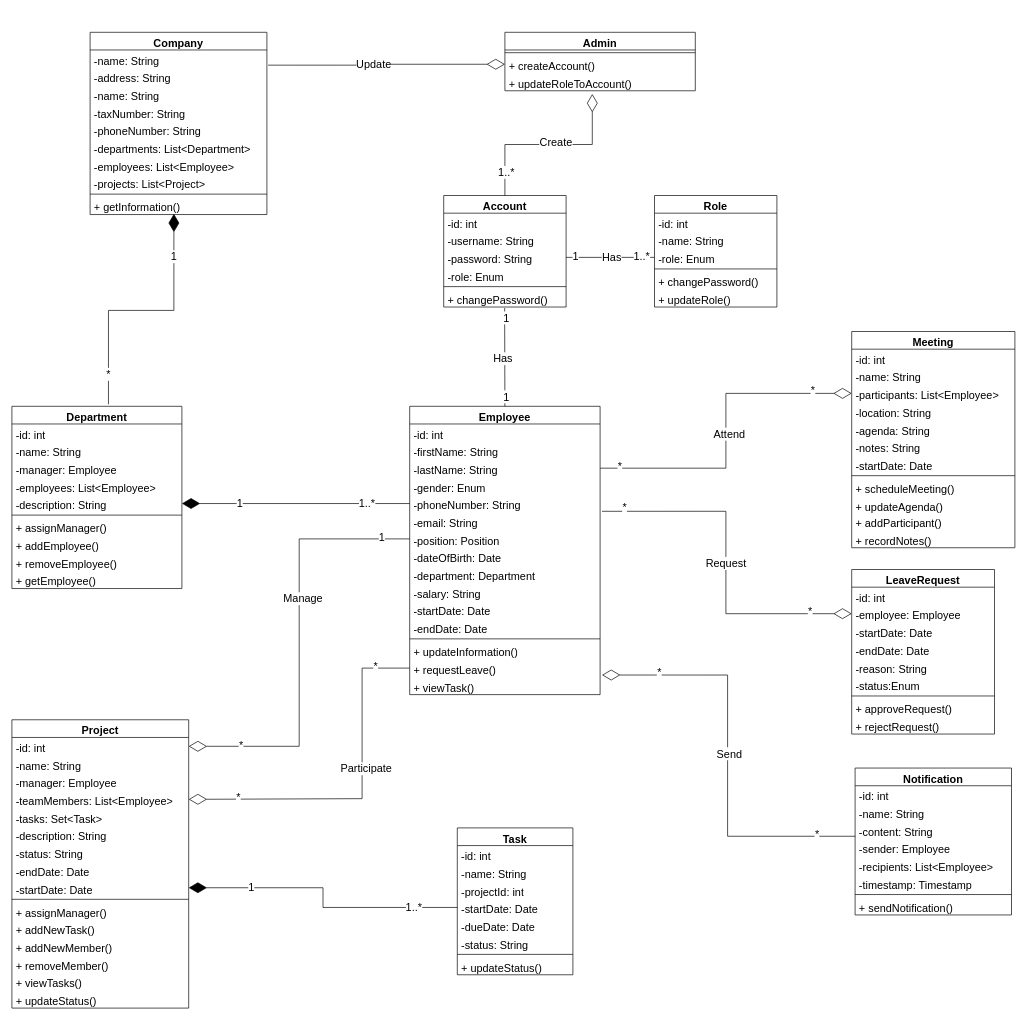
Earlier version of the draw.io diagram Company-management.drawio (Jason1420/company_management). Source tidied: cells renumbered, new cells numbered last; positions are measured from the earlier drawing's top-left corner, leaving out a move shared by most shapes. Both pictures are drawn from the tidied source at 68%, with x=0, y=0 at pixel (12, 32).
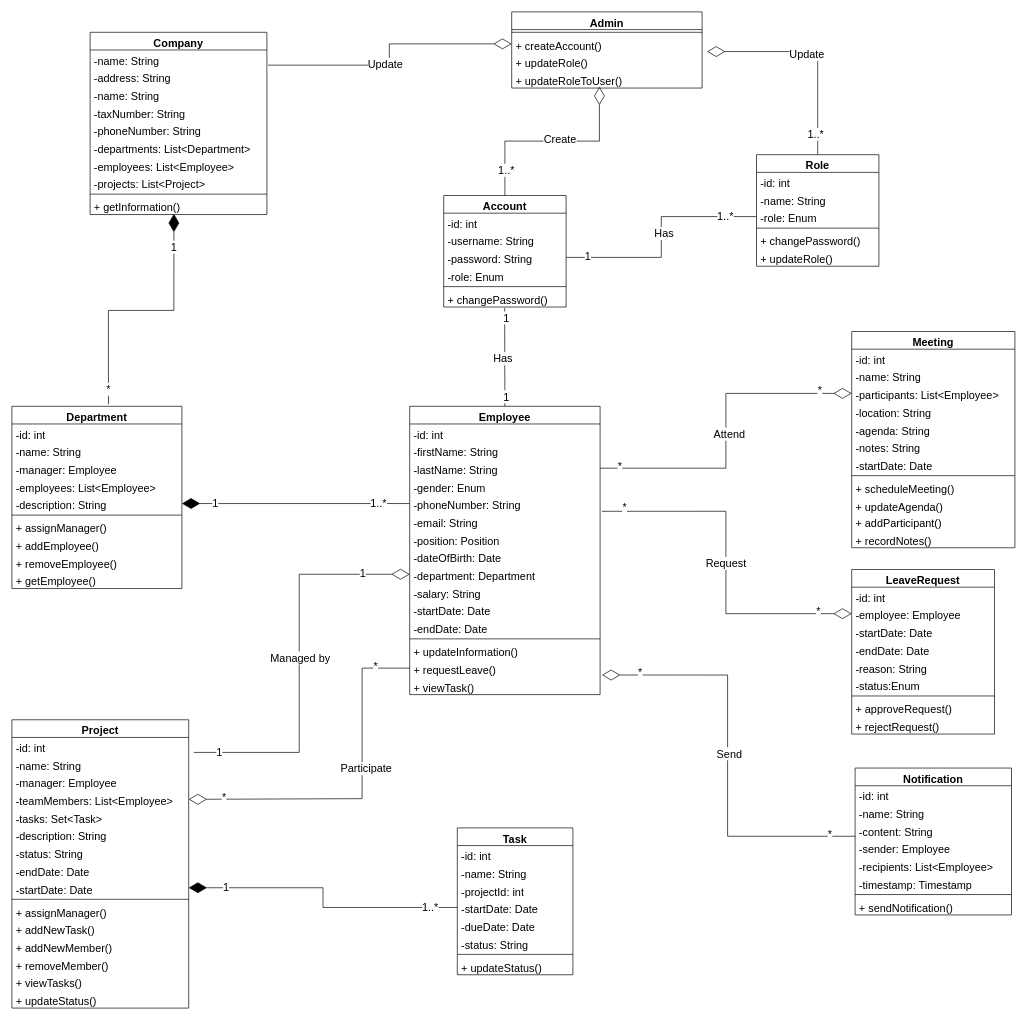
Above is the later version.

The change refers to these unchanged cells:
```xml
<mxCell id="13" value="Account" style="swimlane;fontStyle=1;align=center;verticalAlign=top;horizontal=1;startSize=26;whiteSpace=wrap;html=1;fontSize=16;" parent="1" vertex="1">
  <mxGeometry x="635" y="240" width="180" height="164" as="geometry" />
</mxCell>
<mxCell id="16" value="-password: String" style="text;strokeColor=none;fillColor=none;align=left;verticalAlign=top;spacingLeft=4;spacingRight=4;overflow=hidden;points=[[0,0.5],[1,0.5]];portConstraint=eastwest;whiteSpace=wrap;html=1;fontSize=16;" parent="13" vertex="1">
  <mxGeometry y="78" width="180" height="26" as="geometry" />
</mxCell>
<mxCell id="27" value="-position: Position" style="text;strokeColor=none;fillColor=none;align=left;verticalAlign=top;spacingLeft=4;spacingRight=4;overflow=hidden;points=[[0,0.5],[1,0.5]];portConstraint=eastwest;whiteSpace=wrap;html=1;fontSize=16;" parent="20" vertex="1">
  <mxGeometry y="182" width="280" height="26" as="geometry" />
</mxCell>
<mxCell id="29" value="-department: Department" style="text;strokeColor=none;fillColor=none;align=left;verticalAlign=top;spacingLeft=4;spacingRight=4;overflow=hidden;points=[[0,0.5],[1,0.5]];portConstraint=eastwest;whiteSpace=wrap;html=1;fontSize=16;" parent="20" vertex="1">
  <mxGeometry y="234" width="280" height="26" as="geometry" />
</mxCell>
<mxCell id="49" value="-id: int" style="text;strokeColor=none;fillColor=none;align=left;verticalAlign=top;spacingLeft=4;spacingRight=4;overflow=hidden;points=[[0,0.5],[1,0.5]];portConstraint=eastwest;whiteSpace=wrap;html=1;fontSize=16;" parent="48" vertex="1">
  <mxGeometry y="26" width="260" height="26" as="geometry" />
</mxCell>
<mxCell id="50" value="-name: String" style="text;strokeColor=none;fillColor=none;align=left;verticalAlign=top;spacingLeft=4;spacingRight=4;overflow=hidden;points=[[0,0.5],[1,0.5]];portConstraint=eastwest;whiteSpace=wrap;html=1;fontSize=16;" parent="48" vertex="1">
  <mxGeometry y="52" width="260" height="26" as="geometry" />
</mxCell>
<mxCell id="120" value="-role: Enum" style="text;strokeColor=none;fillColor=none;align=left;verticalAlign=top;spacingLeft=4;spacingRight=4;overflow=hidden;points=[[0,0.5],[1,0.5]];portConstraint=eastwest;whiteSpace=wrap;html=1;fontSize=16;" parent="117" vertex="1">
  <mxGeometry y="78" width="180" height="26" as="geometry" />
</mxCell>
<mxCell id="128" style="endArrow=diamondThin;endFill=1;endSize=24;html=1;rounded=0;fontSize=12;entryX=0.474;entryY=0.962;entryDx=0;entryDy=0;entryPerimeter=0;exitX=0.568;exitY=-0.011;exitDx=0;exitDy=0;exitPerimeter=0;edgeStyle=orthogonalEdgeStyle;" parent="1" edge="1" source="37" target="12">
  <mxGeometry relative="1" as="geometry" />
</mxCell>
<mxCell id="131" style="endArrow=diamondThin;endFill=1;endSize=24;html=1;rounded=0;fontSize=12;entryX=1;entryY=0.5;entryDx=0;entryDy=0;exitX=0;exitY=0.5;exitDx=0;exitDy=0;edgeStyle=orthogonalEdgeStyle;" parent="1" edge="1" source="25" target="42">
  <mxGeometry relative="1" as="geometry" />
</mxCell>
<mxCell id="136" style="endArrow=diamondThin;endFill=0;endSize=24;html=1;rounded=0;fontSize=12;exitX=1;exitY=0.5;exitDx=0;exitDy=0;entryX=0;entryY=0.5;entryDx=0;entryDy=0;edgeStyle=orthogonalEdgeStyle;" parent="1" edge="1" source="23" target="77">
  <mxGeometry relative="1" as="geometry" />
</mxCell>
<mxCell id="140" style="endArrow=diamondThin;endFill=0;endSize=24;html=1;rounded=0;fontSize=12;exitX=1.01;exitY=-0.061;exitDx=0;exitDy=0;entryX=0;entryY=0.5;entryDx=0;entryDy=0;edgeStyle=orthogonalEdgeStyle;exitPerimeter=0;" parent="1" edge="1" source="26" target="98">
  <mxGeometry relative="1" as="geometry" />
</mxCell>
<mxCell id="148" style="endArrow=diamondThin;endFill=0;endSize=24;html=1;rounded=0;fontSize=12;exitX=0;exitY=0.5;exitDx=0;exitDy=0;entryX=1;entryY=0.5;entryDx=0;entryDy=0;edgeStyle=orthogonalEdgeStyle;" parent="1" edge="1" source="35" target="52">
  <mxGeometry relative="1" as="geometry">
    <Array as="points">
      <mxPoint x="515" y="935" />
      <mxPoint x="515" y="1127" />
    </Array>
  </mxGeometry>
</mxCell>
<mxCell id="152" style="endArrow=diamondThin;endFill=1;endSize=24;html=1;rounded=0;fontSize=12;entryX=1;entryY=0.5;entryDx=0;entryDy=0;exitX=0;exitY=0.5;exitDx=0;exitDy=0;edgeStyle=orthogonalEdgeStyle;" parent="1" edge="1" source="69" target="57">
  <mxGeometry relative="1" as="geometry" />
</mxCell>
<mxCell id="155" style="endArrow=diamondThin;endFill=0;endSize=24;html=1;rounded=0;fontSize=12;exitX=0.001;exitY=-0.143;exitDx=0;exitDy=0;entryX=1.01;entryY=-0.108;entryDx=0;entryDy=0;edgeStyle=orthogonalEdgeStyle;entryPerimeter=0;exitPerimeter=0;" parent="1" edge="1" source="91" target="36">
  <mxGeometry relative="1" as="geometry" />
</mxCell>
```

Diff of the diagram source:
```diff
@@
     <mxCell id="106" value="Admin" style="swimlane;fontStyle=1;align=center;verticalAlign=top;horizontal=1;startSize=26;whiteSpace=wrap;html=1;fontSize=16;" parent="1" vertex="1">
-      <mxGeometry x="725" width="280" height="86" as="geometry" />
+      <mxGeometry x="735" y="-30" width="280" height="112" as="geometry" />
     </mxCell>
@@
-    <mxCell id="109" value="+ updateRoleToAccount()" style="text;strokeColor=none;fillColor=none;align=left;verticalAlign=top;spacingLeft=4;spacingRight=4;overflow=hidden;points=[[0,0.5],[1,0.5]];portConstraint=eastwest;whiteSpace=wrap;html=1;fontSize=16;" parent="106" vertex="1">
+    <mxCell id="109" value="+ updateRole()" style="text;strokeColor=none;fillColor=none;align=left;verticalAlign=top;spacingLeft=4;spacingRight=4;overflow=hidden;points=[[0,0.5],[1,0.5]];portConstraint=eastwest;whiteSpace=wrap;html=1;fontSize=16;" parent="106" vertex="1">
       <mxGeometry y="60" width="280" height="26" as="geometry" />
     </mxCell>
+    <mxCell id="159" value="+ updateRoleToUser()" style="text;strokeColor=none;fillColor=none;align=left;verticalAlign=top;spacingLeft=4;spacingRight=4;overflow=hidden;whiteSpace=wrap;html=1;fontSize=16;" parent="106" vertex="1">
+      <mxGeometry y="86" width="280" height="26" as="geometry" />
+    </mxCell>
-    <mxCell id="110" style="endArrow=diamondThin;endFill=0;endSize=24;html=1;rounded=0;fontSize=12;exitX=0.5;exitY=0;exitDx=0;exitDy=0;entryX=0.459;entryY=1.183;entryDx=0;entryDy=0;entryPerimeter=0;edgeStyle=elbowEdgeStyle;elbow=vertical;" parent="1" edge="1" source="13" target="109">
-      <mxGeometry relative="1" as="geometry" />
+    <mxCell id="110" style="endArrow=diamondThin;endFill=0;endSize=24;html=1;rounded=0;fontSize=12;exitX=0.5;exitY=0;exitDx=0;exitDy=0;edgeStyle=elbowEdgeStyle;elbow=vertical;" parent="1" edge="1" source="13">
+      <mxGeometry relative="1" as="geometry">
+        <mxPoint x="864" y="80" as="targetPoint" />
+      </mxGeometry>
     </mxCell>
@@
     <mxCell id="117" value="Role" style="swimlane;fontStyle=1;align=center;verticalAlign=top;horizontal=1;startSize=26;whiteSpace=wrap;html=1;fontSize=16;" parent="1" vertex="1">
-      <mxGeometry x="945" y="240" width="180" height="164" as="geometry" />
+      <mxGeometry x="1095" y="180" width="180" height="164" as="geometry" />
     </mxCell>
@@
-    <mxCell id="124" style="endArrow=none;html=1;rounded=0;fontSize=12;startSize=8;endSize=8;exitX=0;exitY=0.5;exitDx=0;exitDy=0;entryX=1;entryY=0.5;entryDx=0;entryDy=0;" parent="1" edge="1" source="120" target="16">
+    <mxCell id="124" style="endArrow=none;html=1;rounded=0;fontSize=12;startSize=8;endSize=8;exitX=0;exitY=0.5;exitDx=0;exitDy=0;entryX=1;entryY=0.5;entryDx=0;entryDy=0;edgeStyle=elbowEdgeStyle;" parent="1" edge="1" source="120" target="16">
       <mxGeometry relative="1" as="geometry" />
     </mxCell>
@@
     <mxCell id="129" value="*" style="edgeLabel;html=1;align=center;verticalAlign=middle;fontSize=16;" parent="128" vertex="1">
       <mxGeometry x="-0.75" y="1" relative="1" as="geometry">
-        <mxPoint y="2" as="offset" />
+        <mxPoint y="24" as="offset" />
       </mxGeometry>
     </mxCell>
     <mxCell id="130" value="1" style="edgeLabel;html=1;align=center;verticalAlign=middle;fontSize=16;" parent="128" vertex="1">
-      <mxGeometry x="0.67" y="1" relative="1" as="geometry" />
+      <mxGeometry x="0.67" y="1" relative="1" as="geometry">
+        <mxPoint y="-14" as="offset" />
+      </mxGeometry>
     </mxCell>
@@
     <mxCell id="132" value="1..*" style="edgeLabel;html=1;align=center;verticalAlign=middle;fontSize=16;" parent="131" vertex="1">
       <mxGeometry x="-0.62" relative="1" as="geometry">
-        <mxPoint y="-2" as="offset" />
+        <mxPoint x="17" y="-2" as="offset" />
       </mxGeometry>
     </mxCell>
     <mxCell id="133" value="1" style="edgeLabel;html=1;align=center;verticalAlign=middle;fontSize=16;" parent="131" vertex="1">
       <mxGeometry x="0.5" y="1" relative="1" as="geometry">
-        <mxPoint y="-3" as="offset" />
+        <mxPoint x="-36" y="-3" as="offset" />
       </mxGeometry>
     </mxCell>
@@
     <mxCell id="139" value="*" style="edgeLabel;html=1;align=center;verticalAlign=middle;fontSize=16;" parent="136" vertex="1">
       <mxGeometry x="0.76" relative="1" as="geometry">
-        <mxPoint y="-5" as="offset" />
+        <mxPoint x="10" y="-5" as="offset" />
       </mxGeometry>
     </mxCell>
@@
     <mxCell id="143" value="*" style="edgeLabel;html=1;align=center;verticalAlign=middle;fontSize=16;" parent="140" vertex="1">
       <mxGeometry x="0.76" relative="1" as="geometry">
-        <mxPoint y="-4" as="offset" />
+        <mxPoint x="12" y="-4" as="offset" />
       </mxGeometry>
     </mxCell>
-    <mxCell id="144" style="endArrow=diamondThin;endFill=0;endSize=24;html=1;rounded=0;fontSize=12;exitX=0;exitY=0.5;exitDx=0;exitDy=0;entryX=1;entryY=0.5;entryDx=0;entryDy=0;edgeStyle=orthogonalEdgeStyle;" parent="1" edge="1" source="27" target="49">
+    <mxCell id="144" style="endArrow=diamondThin;endFill=0;endSize=24;html=1;rounded=0;fontSize=12;exitX=1.029;exitY=-0.154;exitDx=0;exitDy=0;entryX=0;entryY=0.5;entryDx=0;entryDy=0;edgeStyle=orthogonalEdgeStyle;exitPerimeter=0;" parent="1" edge="1" source="50" target="29">
       <mxGeometry relative="1" as="geometry" />
     </mxCell>
-    <mxCell id="145" value="Manage" style="edgeLabel;html=1;align=center;verticalAlign=middle;fontSize=16;" parent="144" vertex="1">
+    <mxCell id="145" value="Managed by" style="edgeLabel;html=1;align=center;verticalAlign=middle;fontSize=16;" parent="144" vertex="1">
       <mxGeometry x="-0.42" y="2" relative="1" as="geometry">
-        <mxPoint x="3" y="67" as="offset" />
+        <mxPoint x="3" y="-126" as="offset" />
       </mxGeometry>
     </mxCell>
@@
-    <mxCell id="147" value="*" style="edgeLabel;html=1;align=center;verticalAlign=middle;fontSize=16;" parent="144" vertex="1">
+    <mxCell id="147" value="1" style="edgeLabel;html=1;align=center;verticalAlign=middle;fontSize=16;" parent="144" vertex="1">
       <mxGeometry x="0.76" relative="1" as="geometry">
         <mxPoint y="-3" as="offset" />
       </mxGeometry>
     </mxCell>
@@
     <mxCell id="151" value="*" style="edgeLabel;html=1;align=center;verticalAlign=middle;fontSize=16;" parent="148" vertex="1">
       <mxGeometry x="0.76" relative="1" as="geometry">
-        <mxPoint x="10" y="-3" as="offset" />
+        <mxPoint x="-11" y="-3" as="offset" />
       </mxGeometry>
     </mxCell>
@@
     <mxCell id="153" value="1..*" style="edgeLabel;html=1;align=center;verticalAlign=middle;fontSize=16;" parent="152" vertex="1">
       <mxGeometry x="-0.62" relative="1" as="geometry">
-        <mxPoint x="16" y="-2" as="offset" />
+        <mxPoint x="40" y="-2" as="offset" />
       </mxGeometry>
     </mxCell>
     <mxCell id="154" value="1" style="edgeLabel;html=1;align=center;verticalAlign=middle;fontSize=16;" parent="152" vertex="1">
       <mxGeometry x="0.5" y="1" relative="1" as="geometry">
-        <mxPoint x="-15" y="-2" as="offset" />
+        <mxPoint x="-52" y="-2" as="offset" />
       </mxGeometry>
     </mxCell>
@@
     <mxCell id="157" value="*" style="edgeLabel;html=1;align=center;verticalAlign=middle;fontSize=16;" parent="155" vertex="1">
       <mxGeometry x="-0.87" y="-2" relative="1" as="geometry">
-        <mxPoint x="-17" y="-2" as="offset" />
+        <mxPoint x="2" y="-2" as="offset" />
       </mxGeometry>
     </mxCell>
     <mxCell id="158" value="*" style="edgeLabel;html=1;align=center;verticalAlign=middle;fontSize=16;" parent="155" vertex="1">
       <mxGeometry x="0.76" relative="1" as="geometry">
-        <mxPoint x="10" y="-5" as="offset" />
+        <mxPoint x="-18" y="-5" as="offset" />
       </mxGeometry>
     </mxCell>
+    <mxCell id="160" style="endArrow=diamondThin;endFill=0;endSize=24;html=1;rounded=0;fontSize=12;exitX=0.5;exitY=0;exitDx=0;exitDy=0;edgeStyle=elbowEdgeStyle;entryX=1.026;entryY=-0.064;entryDx=0;entryDy=0;entryPerimeter=0;" parent="1" edge="1" source="117" target="109">
+      <mxGeometry relative="1" as="geometry">
+        <Array as="points">
+          <mxPoint x="1185" y="90" />
+        </Array>
+      </mxGeometry>
+    </mxCell>
+    <mxCell id="161" value="1..*" style="edgeLabel;html=1;align=center;verticalAlign=middle;fontSize=16;" parent="160" vertex="1">
+      <mxGeometry x="-0.74" y="3" relative="1" as="geometry">
+        <mxPoint x="-1" y="10" as="offset" />
+      </mxGeometry>
+    </mxCell>
+    <mxCell id="162" value="Update" style="edgeLabel;html=1;align=center;verticalAlign=middle;fontSize=16;" parent="160" vertex="1">
+      <mxGeometry x="0.07" y="4" relative="1" as="geometry" />
+    </mxCell>
```
